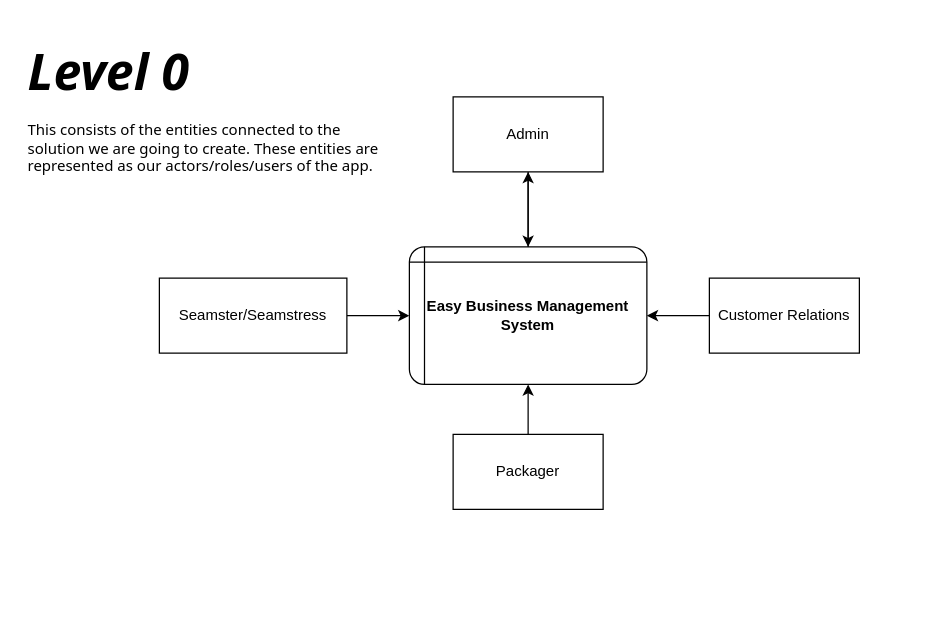
Before: page "Level 0 DFD" (1 of 8) of DFD DIAGRAMS.drawio in BryanFabellore/Team_SPOTLIGHT, a draw.io diagram. Source tidied: cells renumbered, new cells numbered last; positions are measured from the earlier drawing's top-left corner, leaving out a move shared by most shapes. Both pictures are drawn from the tidied source at 125%, with x=0, y=0 at pixel (21, 34).
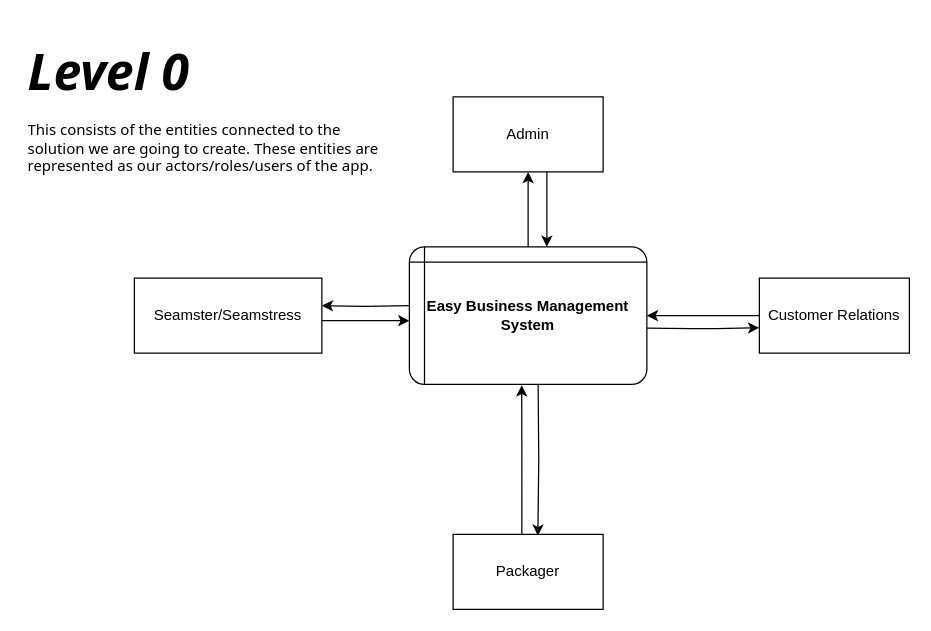
The same page after the edit.

Unchanged cells that the change refers to:
```xml
<mxCell id="3" value="&lt;b&gt;Easy Business Management System&lt;/b&gt;" style="shape=internalStorage;whiteSpace=wrap;html=1;backgroundOutline=1;rounded=1;dx=10;dy=10;arcSize=11;" parent="1" vertex="1">
  <mxGeometry x="310" y="170" width="190" height="110" as="geometry" />
</mxCell>
<mxCell id="5" value="Admin" style="rounded=0;whiteSpace=wrap;html=1;strokeColor=default;fontFamily=Helvetica;fontSize=12;fontColor=default;fillColor=#FFFFFF;" parent="1" vertex="1">
  <mxGeometry x="345" y="50" width="120" height="60" as="geometry" />
</mxCell>
```

What changed in the source:
```diff
@@
+    <mxCell id="13" style="edgeStyle=orthogonalEdgeStyle;rounded=0;jettySize=auto;html=1;exitX=0;exitY=0.5;exitDx=0;exitDy=0;entryX=1;entryY=0.367;entryDx=0;entryDy=0;entryPerimeter=0;" parent="1" edge="1" target="7">
+      <mxGeometry relative="1" as="geometry">
+        <mxPoint x="310" y="217" as="sourcePoint" />
+      </mxGeometry>
+    </mxCell>
+    <mxCell id="14" style="edgeStyle=orthogonalEdgeStyle;rounded=0;jettySize=auto;html=1;exitX=0.5;exitY=1;exitDx=0;exitDy=0;entryX=0.565;entryY=0.017;entryDx=0;entryDy=0;entryPerimeter=0;" parent="1" edge="1" target="11">
+      <mxGeometry relative="1" as="geometry">
+        <mxPoint x="413" y="280" as="sourcePoint" />
+      </mxGeometry>
+    </mxCell>
@@
     <mxCell id="4" style="edgeStyle=orthogonalEdgeStyle;rounded=1;jettySize=auto;html=1;fontFamily=Helvetica;fontSize=12;fontColor=default;" parent="1" edge="1" source="5" target="3">
-      <mxGeometry relative="1" as="geometry" />
+      <mxGeometry relative="1" as="geometry">
+        <Array as="points">
+          <mxPoint x="420" y="140" />
+          <mxPoint x="420" y="140" />
+        </Array>
+      </mxGeometry>
     </mxCell>
@@
-    <mxCell id="6" style="edgeStyle=orthogonalEdgeStyle;rounded=1;jettySize=auto;html=1;entryX=0;entryY=0.5;entryDx=0;entryDy=0;fontFamily=Helvetica;fontSize=12;fontColor=default;" parent="1" edge="1" source="7" target="3">
-      <mxGeometry relative="1" as="geometry" />
-    </mxCell>
+    <mxCell id="15" style="edgeStyle=orthogonalEdgeStyle;rounded=0;orthogonalLoop=1;jettySize=auto;html=1;entryX=0;entryY=0.5;entryDx=0;entryDy=0;" parent="1" edge="1">
+      <mxGeometry relative="1" as="geometry">
+        <mxPoint x="240" y="229" as="sourcePoint" />
+        <mxPoint x="310" y="229" as="targetPoint" />
+      </mxGeometry>
+    </mxCell>
     <mxCell id="7" value="Seamster/Seamstress" style="rounded=0;whiteSpace=wrap;html=1;strokeColor=default;fontFamily=Helvetica;fontSize=12;fontColor=default;fillColor=#FFFFFF;" parent="1" vertex="1">
-      <mxGeometry x="110" y="195" width="150" height="60" as="geometry" />
+      <mxGeometry x="90" y="195" width="150" height="60" as="geometry" />
     </mxCell>
@@
     <mxCell id="9" value="Customer Relations" style="rounded=0;whiteSpace=wrap;html=1;strokeColor=default;fontFamily=Helvetica;fontSize=12;fontColor=default;fillColor=#FFFFFF;" parent="1" vertex="1">
-      <mxGeometry x="550" y="195" width="120" height="60" as="geometry" />
+      <mxGeometry x="590" y="195" width="120" height="60" as="geometry" />
     </mxCell>
-    <mxCell id="10" style="edgeStyle=orthogonalEdgeStyle;rounded=1;jettySize=auto;html=1;entryX=0.5;entryY=1;entryDx=0;entryDy=0;fontFamily=Helvetica;fontSize=12;fontColor=default;" parent="1" edge="1" source="11" target="3">
+    <mxCell id="10" style="edgeStyle=orthogonalEdgeStyle;rounded=0;jettySize=auto;html=1;exitX=0.458;exitY=0.008;exitDx=0;exitDy=0;entryX=0.473;entryY=1.006;entryDx=0;entryDy=0;entryPerimeter=0;exitPerimeter=0;" parent="1" edge="1" source="11" target="3">
       <mxGeometry relative="1" as="geometry" />
     </mxCell>
     <mxCell id="11" value="Packager" style="rounded=0;whiteSpace=wrap;html=1;strokeColor=default;fontFamily=Helvetica;fontSize=12;fontColor=default;fillColor=#FFFFFF;" parent="1" vertex="1">
-      <mxGeometry x="345" y="320" width="120" height="60" as="geometry" />
+      <mxGeometry x="345" y="400" width="120" height="60" as="geometry" />
     </mxCell>
@@
+    <mxCell id="16" style="edgeStyle=orthogonalEdgeStyle;rounded=1;jettySize=auto;html=1;entryX=-0.001;entryY=0.662;entryDx=0;entryDy=0;fontFamily=Helvetica;fontSize=12;fontColor=default;entryPerimeter=0;" parent="1" edge="1" target="9">
+      <mxGeometry relative="1" as="geometry">
+        <mxPoint x="500" y="235" as="sourcePoint" />
+      </mxGeometry>
+    </mxCell>
```
